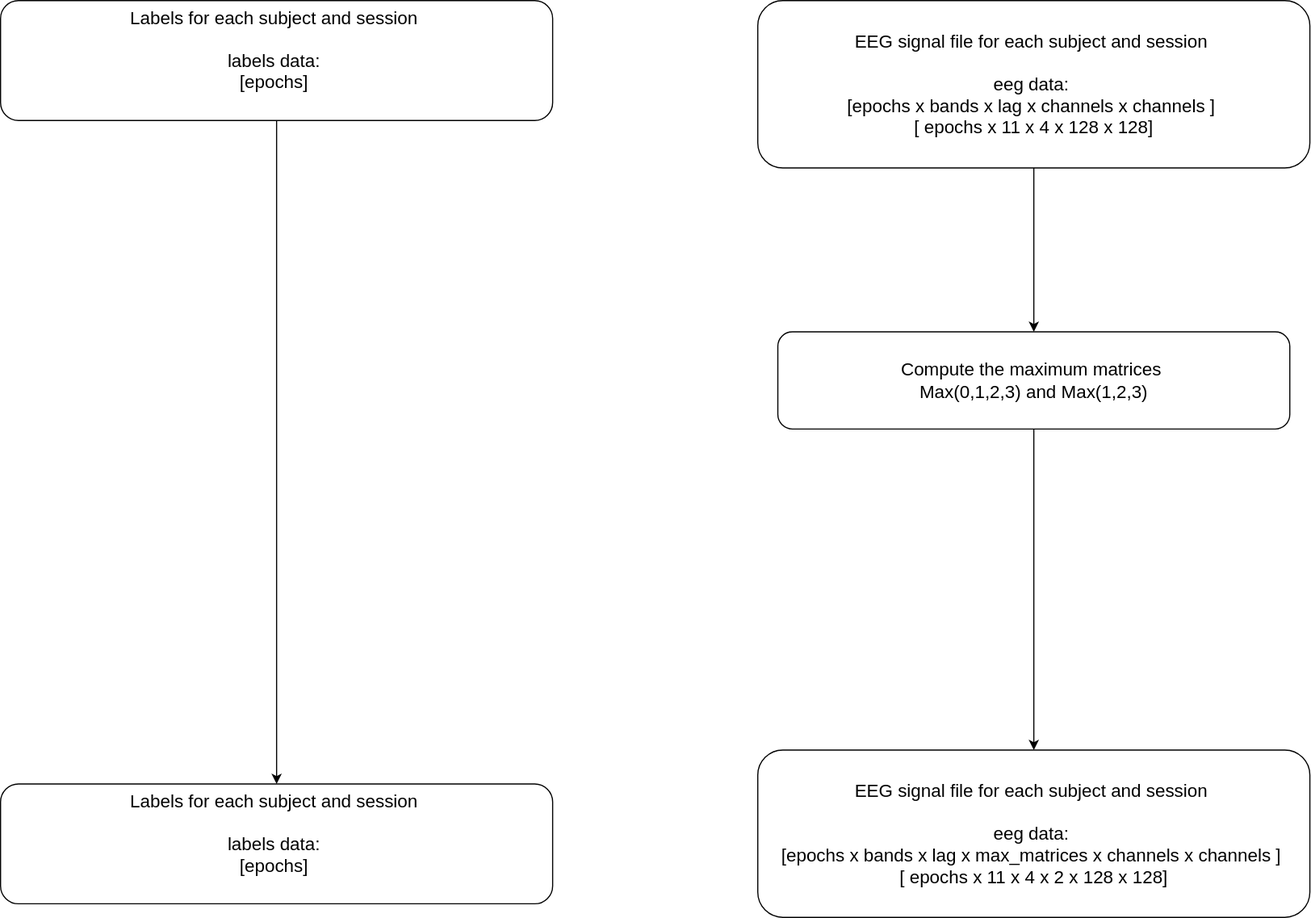
Earlier version of the draw.io export pipeline/stage_50_maximum_matrix/stage_50_maximum_matrix.drawio.svg (JobsonAlmeida/motif_functional_connectivity). Source tidied: cells renumbered, new cells last; positions are measured from the earlier drawing's top-left corner, leaving out a move shared by most shapes. The source it was exported from:
```xml
<mxGraphModel>
  <root>
    <mxCell id="0" />
    <mxCell id="1" parent="0" />
    <mxCell id="2" style="edgeStyle=orthogonalEdgeStyle;rounded=0;jettySize=auto;exitX=0.5;exitY=1;exitDx=0;exitDy=0;entryX=0.5;entryY=0;entryDx=0;entryDy=0;html=1;" parent="1" edge="1" source="3" target="4">
      <mxGeometry relative="1" as="geometry" />
    </mxCell>
    <mxCell id="3" value="Labels for each subject and session&amp;nbsp;&lt;br&gt;&lt;br&gt;labels data:&amp;nbsp;&lt;br&gt;[epochs]&amp;nbsp;&lt;br&gt;&lt;br&gt;" style="rounded=1;whiteSpace=wrap;html=1;fontSize=16;" parent="1" vertex="1">
      <mxGeometry width="488.5" height="106" as="geometry" />
    </mxCell>
    <mxCell id="4" value="Labels for each subject and session&amp;nbsp;&lt;br&gt;&lt;br&gt;labels data:&amp;nbsp;&lt;br&gt;[epochs]&amp;nbsp;&lt;br&gt;&lt;br&gt;" style="rounded=1;whiteSpace=wrap;html=1;fontSize=16;" parent="1" vertex="1">
      <mxGeometry y="693" width="488.5" height="106" as="geometry" />
    </mxCell>
    <mxCell id="5" style="edgeStyle=orthogonalEdgeStyle;rounded=0;jettySize=auto;html=1;exitX=0.5;exitY=1;exitDx=0;exitDy=0;entryX=0.5;entryY=0;entryDx=0;entryDy=0;" parent="1" edge="1" source="6" target="8">
      <mxGeometry relative="1" as="geometry" />
    </mxCell>
    <mxCell id="6" value="&lt;div&gt;&lt;font style=&quot;font-size: 16px;&quot;&gt;EEG signal file for each subject and session&amp;nbsp;&lt;/font&gt;&lt;/div&gt;&lt;div&gt;&lt;font style=&quot;font-size: 16px;&quot;&gt;&lt;br&gt;&lt;/font&gt;&lt;/div&gt;&lt;div&gt;&lt;font style=&quot;font-size: 16px;&quot;&gt;eeg data:&amp;nbsp;&lt;/font&gt;&lt;/div&gt;&lt;div&gt;&lt;span style=&quot;text-align: left;&quot;&gt;&lt;font style=&quot;font-size: 16px;&quot;&gt;[epochs x bands x lag x channels x&amp;nbsp;&lt;/font&gt;&lt;/span&gt;&lt;span style=&quot;font-size: 16px; text-align: left;&quot;&gt;channels&lt;/span&gt;&lt;span style=&quot;text-align: left;&quot;&gt;&lt;font style=&quot;font-size: 16px;&quot;&gt;&amp;nbsp;]&amp;nbsp;&lt;/font&gt;&lt;/span&gt;&lt;/div&gt;&lt;div&gt;&lt;span style=&quot;text-align: left;&quot;&gt;&lt;font style=&quot;font-size: 16px;&quot;&gt;[ epochs x 11 x 4 x 128 x&amp;nbsp;&lt;/font&gt;&lt;/span&gt;&lt;span style=&quot;font-size: 16px; text-align: left;&quot;&gt;128&lt;/span&gt;&lt;span style=&quot;text-align: left;&quot;&gt;&lt;font style=&quot;font-size: 16px;&quot;&gt;]&lt;/font&gt;&lt;/span&gt;&lt;/div&gt;" style="rounded=1;whiteSpace=wrap;html=1;" parent="1" vertex="1">
      <mxGeometry x="670" width="488.5" height="148" as="geometry" />
    </mxCell>
    <mxCell id="7" style="edgeStyle=orthogonalEdgeStyle;rounded=0;jettySize=auto;html=1;exitX=0.5;exitY=1;exitDx=0;exitDy=0;entryX=0.5;entryY=0;entryDx=0;entryDy=0;" parent="1" edge="1" source="8" target="9">
      <mxGeometry relative="1" as="geometry" />
    </mxCell>
    <mxCell id="8" value="&lt;font style=&quot;font-size: 16px;&quot;&gt;Compute the maximum matrices&amp;nbsp;&lt;/font&gt;&lt;div&gt;&lt;font style=&quot;font-size: 16px;&quot;&gt;Max(0,1,2,3) and Max(1,2,3)&lt;/font&gt;&lt;/div&gt;" style="rounded=1;whiteSpace=wrap;html=1;" parent="1" vertex="1">
      <mxGeometry x="687.8" y="293" width="453" height="86" as="geometry" />
    </mxCell>
    <mxCell id="9" value="&lt;div&gt;&lt;font style=&quot;font-size: 16px;&quot;&gt;EEG signal file for each subject and session&amp;nbsp;&lt;/font&gt;&lt;/div&gt;&lt;div&gt;&lt;font style=&quot;font-size: 16px;&quot;&gt;&lt;br&gt;&lt;/font&gt;&lt;/div&gt;&lt;div&gt;&lt;font style=&quot;font-size: 16px;&quot;&gt;eeg data:&amp;nbsp;&lt;/font&gt;&lt;/div&gt;&lt;div&gt;&lt;span style=&quot;text-align: left;&quot;&gt;&lt;font style=&quot;font-size: 16px;&quot;&gt;[epochs x bands x lag x max_matrices x channels x&amp;nbsp;&lt;/font&gt;&lt;/span&gt;&lt;span style=&quot;font-size: 16px; text-align: left;&quot;&gt;channels&lt;/span&gt;&lt;span style=&quot;text-align: left;&quot;&gt;&lt;font style=&quot;font-size: 16px;&quot;&gt;&amp;nbsp;]&amp;nbsp;&lt;/font&gt;&lt;/span&gt;&lt;/div&gt;&lt;div&gt;&lt;span style=&quot;text-align: left;&quot;&gt;&lt;font style=&quot;font-size: 16px;&quot;&gt;[ epochs x 11 x 4 x 2 x 128 x&amp;nbsp;&lt;/font&gt;&lt;/span&gt;&lt;span style=&quot;font-size: 16px; text-align: left;&quot;&gt;128&lt;/span&gt;&lt;span style=&quot;text-align: left;&quot;&gt;&lt;font style=&quot;font-size: 16px;&quot;&gt;]&lt;/font&gt;&lt;/span&gt;&lt;/div&gt;" style="rounded=1;whiteSpace=wrap;html=1;" parent="1" vertex="1">
      <mxGeometry x="670" y="663" width="488.5" height="148" as="geometry" />
    </mxCell>
  </root>
</mxGraphModel>
```
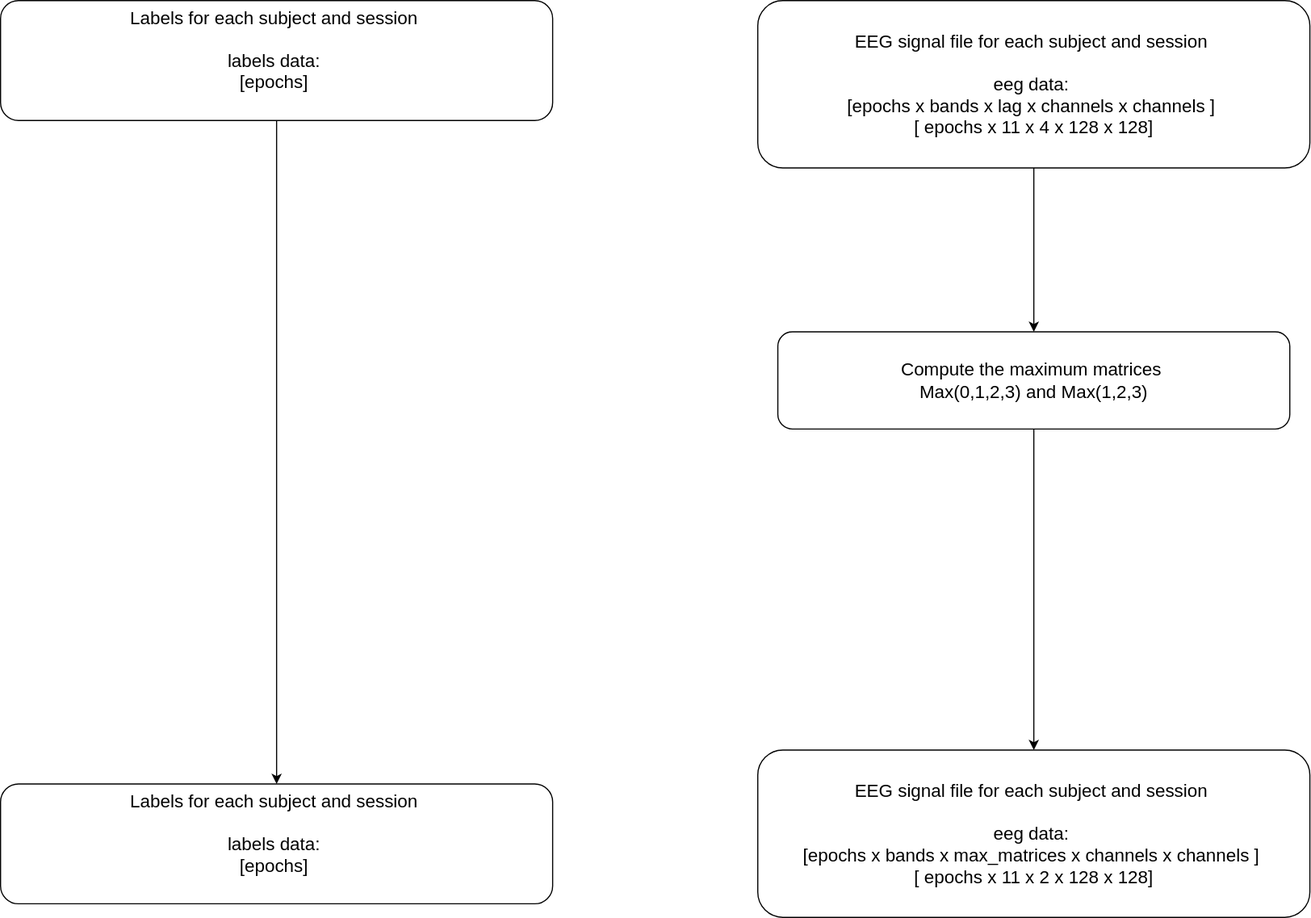
The same file after the commit.

Commit message:
corrected diagram

The edit, as a diff of the source:
```diff
@@ -23,7 +23,7 @@
     <mxCell id="8" value="&lt;font style=&quot;font-size: 16px;&quot;&gt;Compute the maximum matrices&amp;nbsp;&lt;/font&gt;&lt;div&gt;&lt;font style=&quot;font-size: 16px;&quot;&gt;Max(0,1,2,3) and Max(1,2,3)&lt;/font&gt;&lt;/div&gt;" style="rounded=1;whiteSpace=wrap;html=1;" parent="1" vertex="1">
       <mxGeometry x="687.8" y="293" width="453" height="86" as="geometry" />
     </mxCell>
-    <mxCell id="9" value="&lt;div&gt;&lt;font style=&quot;font-size: 16px;&quot;&gt;EEG signal file for each subject and session&amp;nbsp;&lt;/font&gt;&lt;/div&gt;&lt;div&gt;&lt;font style=&quot;font-size: 16px;&quot;&gt;&lt;br&gt;&lt;/font&gt;&lt;/div&gt;&lt;div&gt;&lt;font style=&quot;font-size: 16px;&quot;&gt;eeg data:&amp;nbsp;&lt;/font&gt;&lt;/div&gt;&lt;div&gt;&lt;span style=&quot;text-align: left;&quot;&gt;&lt;font style=&quot;font-size: 16px;&quot;&gt;[epochs x bands x lag x max_matrices x channels x&amp;nbsp;&lt;/font&gt;&lt;/span&gt;&lt;span style=&quot;font-size: 16px; text-align: left;&quot;&gt;channels&lt;/span&gt;&lt;span style=&quot;text-align: left;&quot;&gt;&lt;font style=&quot;font-size: 16px;&quot;&gt;&amp;nbsp;]&amp;nbsp;&lt;/font&gt;&lt;/span&gt;&lt;/div&gt;&lt;div&gt;&lt;span style=&quot;text-align: left;&quot;&gt;&lt;font style=&quot;font-size: 16px;&quot;&gt;[ epochs x 11 x 4 x 2 x 128 x&amp;nbsp;&lt;/font&gt;&lt;/span&gt;&lt;span style=&quot;font-size: 16px; text-align: left;&quot;&gt;128&lt;/span&gt;&lt;span style=&quot;text-align: left;&quot;&gt;&lt;font style=&quot;font-size: 16px;&quot;&gt;]&lt;/font&gt;&lt;/span&gt;&lt;/div&gt;" style="rounded=1;whiteSpace=wrap;html=1;" parent="1" vertex="1">
+    <mxCell id="9" value="&lt;div&gt;&lt;font style=&quot;font-size: 16px;&quot;&gt;EEG signal file for each subject and session&amp;nbsp;&lt;/font&gt;&lt;/div&gt;&lt;div&gt;&lt;font style=&quot;font-size: 16px;&quot;&gt;&lt;br&gt;&lt;/font&gt;&lt;/div&gt;&lt;div&gt;&lt;font style=&quot;font-size: 16px;&quot;&gt;eeg data:&amp;nbsp;&lt;/font&gt;&lt;/div&gt;&lt;div&gt;&lt;span style=&quot;text-align: left;&quot;&gt;&lt;font style=&quot;font-size: 16px;&quot;&gt;[epochs x bands x max_matrices x channels x&amp;nbsp;&lt;/font&gt;&lt;/span&gt;&lt;span style=&quot;font-size: 16px; text-align: left;&quot;&gt;channels&lt;/span&gt;&lt;span style=&quot;text-align: left;&quot;&gt;&lt;font style=&quot;font-size: 16px;&quot;&gt;&amp;nbsp;]&amp;nbsp;&lt;/font&gt;&lt;/span&gt;&lt;/div&gt;&lt;div&gt;&lt;span style=&quot;text-align: left;&quot;&gt;&lt;font style=&quot;font-size: 16px;&quot;&gt;[ epochs x 11 x 2 x 128 x&amp;nbsp;&lt;/font&gt;&lt;/span&gt;&lt;span style=&quot;font-size: 16px; text-align: left;&quot;&gt;128&lt;/span&gt;&lt;span style=&quot;text-align: left;&quot;&gt;&lt;font style=&quot;font-size: 16px;&quot;&gt;]&lt;/font&gt;&lt;/span&gt;&lt;/div&gt;" style="rounded=1;whiteSpace=wrap;html=1;" parent="1" vertex="1">
       <mxGeometry x="670" y="663" width="488.5" height="148" as="geometry" />
     </mxCell>
   </root>
```
